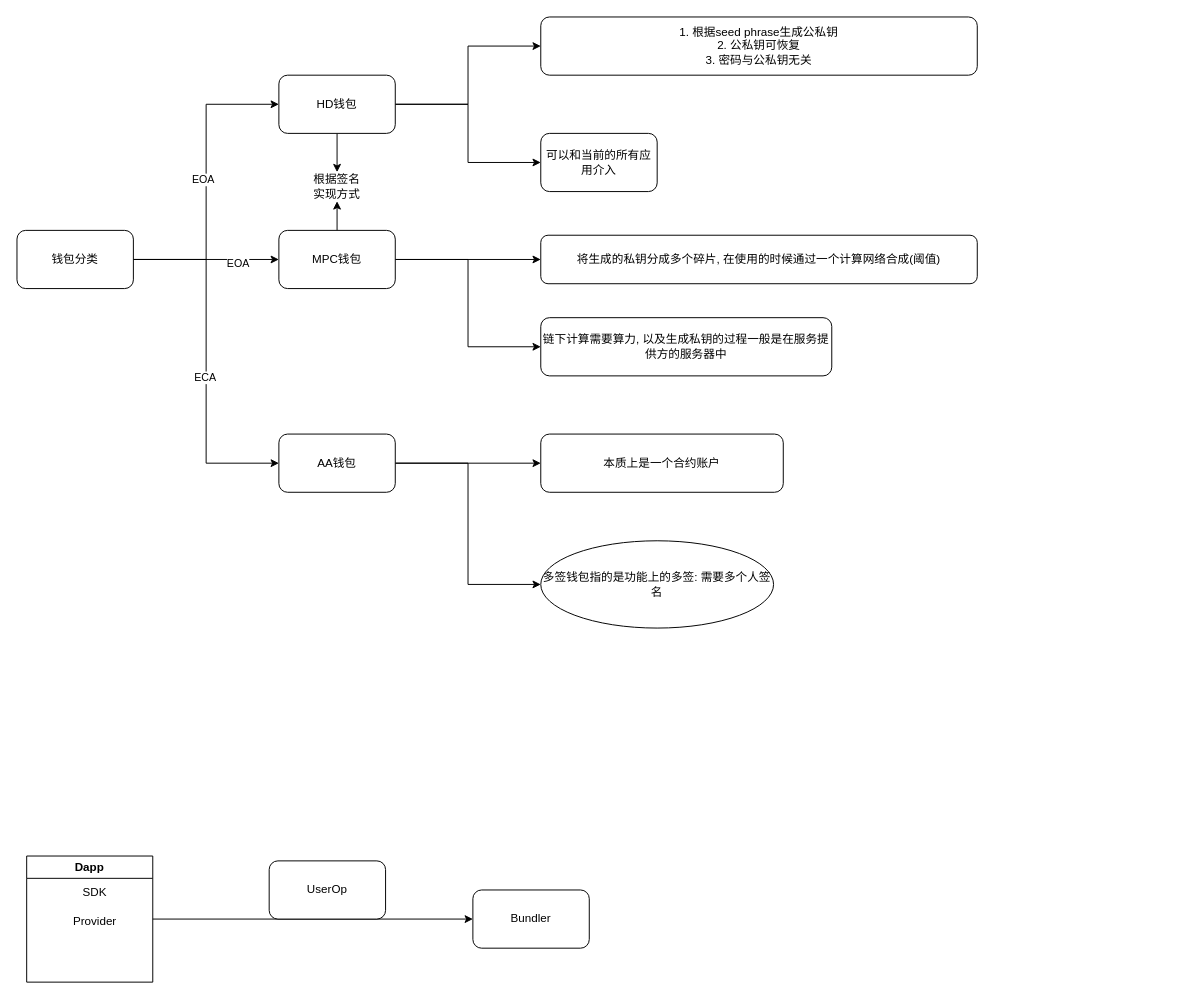
Before: templates/钱包.drawio in YuPccc/flask_demo, a draw.io diagram. Source tidied: cells renumbered, new cells numbered last; positions are measured from the earlier drawing's top-left corner, leaving out a move shared by most shapes. Both pictures are drawn from the tidied source at 97%, with x=0, y=0 at pixel (16, 16).
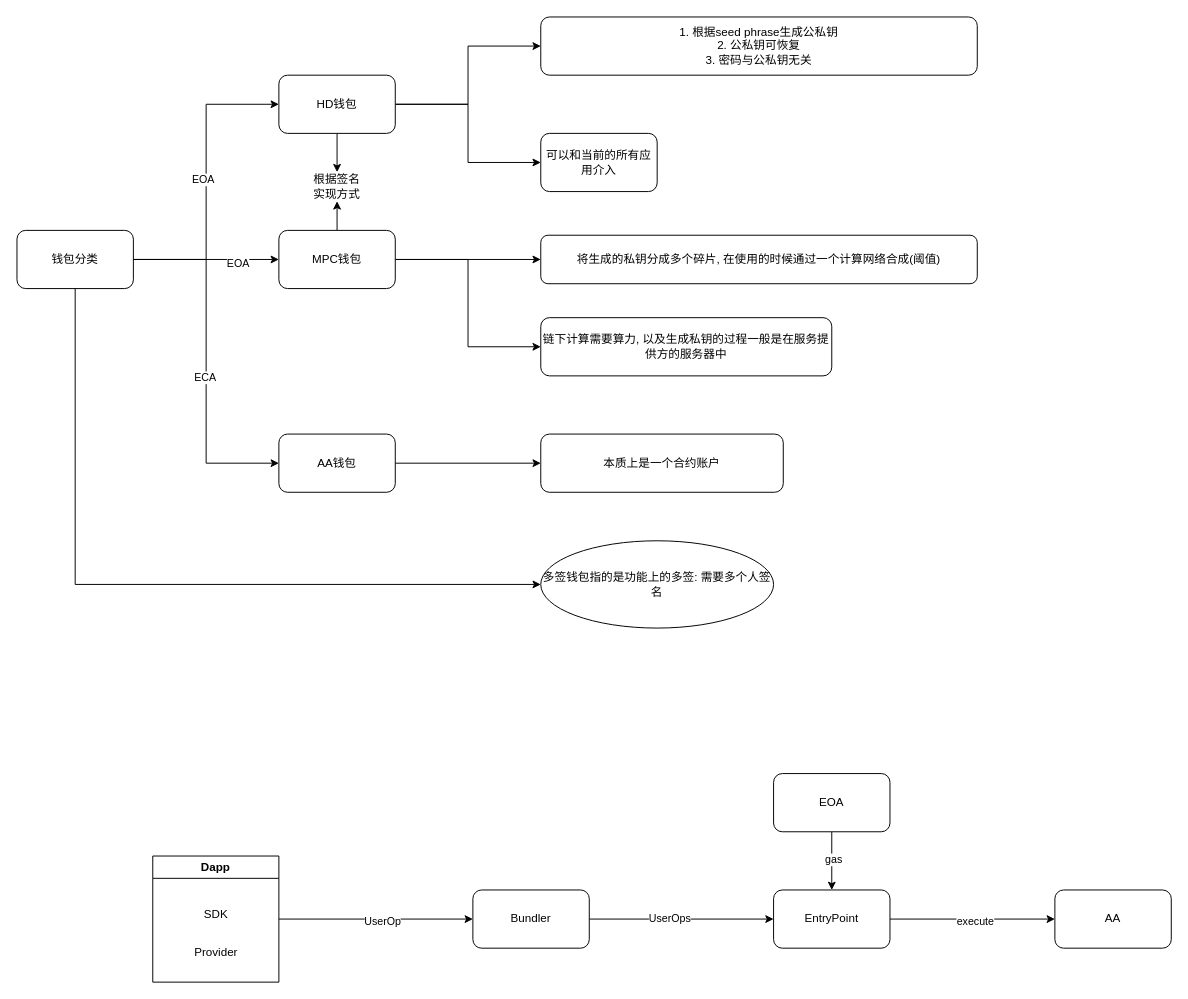
The same diagram, later.

Unchanged cells that the change refers to:
```xml
<mxCell id="8" value="钱包分类" style="rounded=1;whiteSpace=wrap;html=1;" parent="1" vertex="1">
  <mxGeometry y="220" width="120" height="60" as="geometry" />
</mxCell>
<mxCell id="19" value="AA钱包" style="rounded=1;whiteSpace=wrap;html=1;" parent="1" vertex="1">
  <mxGeometry x="270" y="430" width="120" height="60" as="geometry" />
</mxCell>
<mxCell id="25" value="多签钱包指的是功能上的多签: 需要多个人签名" style="ellipse;whiteSpace=wrap;html=1;" parent="1" vertex="1">
  <mxGeometry x="540" y="540" width="240" height="90" as="geometry" />
</mxCell>
<mxCell id="27" style="edgeStyle=orthogonalEdgeStyle;rounded=0;jettySize=auto;html=1;exitX=1;exitY=0.5;exitDx=0;exitDy=0;entryX=0;entryY=0.5;entryDx=0;entryDy=0;" parent="1" edge="1" source="30" target="28">
  <mxGeometry relative="1" as="geometry" />
</mxCell>
<mxCell id="28" value="Bundler" style="rounded=1;whiteSpace=wrap;html=1;" parent="1" vertex="1">
  <mxGeometry x="470" y="900" width="120" height="60" as="geometry" />
</mxCell>
```

The edit, as a diff of the source:
```diff
@@
-    <mxCell id="18" style="edgeStyle=orthogonalEdgeStyle;rounded=0;jettySize=auto;html=1;exitX=1;exitY=0.5;exitDx=0;exitDy=0;entryX=0;entryY=0.5;entryDx=0;entryDy=0;" parent="1" edge="1" source="19" target="25">
+    <mxCell id="18" style="edgeStyle=orthogonalEdgeStyle;rounded=0;jettySize=auto;html=1;exitX=0.5;exitY=1;exitDx=0;exitDy=0;entryX=0;entryY=0.5;entryDx=0;entryDy=0;" parent="1" edge="1" source="8" target="25">
       <mxGeometry relative="1" as="geometry" />
     </mxCell>
@@
+    <mxCell id="29" value="UserOp" style="edgeLabel;html=1;align=center;verticalAlign=middle;" parent="27" vertex="1">
+      <mxGeometry x="0.06" y="-2" relative="1" as="geometry" />
+    </mxCell>
+    <mxCell id="33" style="edgeStyle=orthogonalEdgeStyle;rounded=0;jettySize=auto;html=1;exitX=1;exitY=0.5;exitDx=0;exitDy=0;" parent="1" edge="1" source="28" target="37">
+      <mxGeometry relative="1" as="geometry" />
+    </mxCell>
+    <mxCell id="34" value="UserOps" style="edgeLabel;html=1;align=center;verticalAlign=middle;" parent="33" vertex="1">
+      <mxGeometry x="-0.14" y="1" relative="1" as="geometry" />
+    </mxCell>
@@
-    <mxCell id="29" value="UserOp" style="rounded=1;whiteSpace=wrap;html=1;" parent="1" vertex="1">
-      <mxGeometry x="260" y="870" width="120" height="60" as="geometry" />
-    </mxCell>
     <mxCell id="30" value="Dapp" style="swimlane;whiteSpace=wrap;html=1;startSize=23;" parent="1" vertex="1">
-      <mxGeometry x="10" y="865" width="130" height="130" as="geometry" />
+      <mxGeometry x="140" y="865" width="130" height="130" as="geometry" />
     </mxCell>
+    <mxCell id="32" value="Provider" style="text;html=1;align=center;verticalAlign=middle;strokeColor=none;fillColor=none;" parent="30" vertex="1">
+      <mxGeometry x="30" y="85" width="70" height="30" as="geometry" />
+    </mxCell>
-    <mxCell id="31" value="SDK" style="text;html=1;align=center;verticalAlign=middle;strokeColor=none;fillColor=none;" parent="1" vertex="1">
-      <mxGeometry x="55" y="888" width="50" height="30" as="geometry" />
+    <mxCell id="31" value="SDK" style="text;html=1;align=center;verticalAlign=middle;strokeColor=none;fillColor=none;" parent="30" vertex="1">
+      <mxGeometry x="40" y="45" width="50" height="30" as="geometry" />
     </mxCell>
-    <mxCell id="32" value="Provider" style="text;html=1;align=center;verticalAlign=middle;strokeColor=none;fillColor=none;" parent="1" vertex="1">
-      <mxGeometry x="45" y="918" width="70" height="30" as="geometry" />
-    </mxCell>
+    <mxCell id="35" style="edgeStyle=orthogonalEdgeStyle;rounded=0;jettySize=auto;html=1;exitX=1;exitY=0.5;exitDx=0;exitDy=0;entryX=0;entryY=0.5;entryDx=0;entryDy=0;" parent="1" edge="1" source="37" target="38">
+      <mxGeometry relative="1" as="geometry" />
+    </mxCell>
+    <mxCell id="36" value="execute" style="edgeLabel;html=1;align=center;verticalAlign=middle;" parent="35" vertex="1">
+      <mxGeometry x="0.03" y="-2" relative="1" as="geometry">
+        <mxPoint x="-1" as="offset" />
+      </mxGeometry>
+    </mxCell>
+    <mxCell id="37" value="EntryPoint" style="rounded=1;whiteSpace=wrap;html=1;" parent="1" vertex="1">
+      <mxGeometry x="780" y="900" width="120" height="60" as="geometry" />
+    </mxCell>
+    <mxCell id="38" value="AA" style="rounded=1;whiteSpace=wrap;html=1;" parent="1" vertex="1">
+      <mxGeometry x="1070" y="900" width="120" height="60" as="geometry" />
+    </mxCell>
+    <mxCell id="39" style="edgeStyle=orthogonalEdgeStyle;rounded=0;jettySize=auto;html=1;exitX=0.5;exitY=1;exitDx=0;exitDy=0;entryX=0.5;entryY=0;entryDx=0;entryDy=0;" parent="1" edge="1" source="41" target="37">
+      <mxGeometry relative="1" as="geometry" />
+    </mxCell>
+    <mxCell id="40" value="gas" style="edgeLabel;html=1;align=center;verticalAlign=middle;" parent="39" vertex="1">
+      <mxGeometry x="-0.06" y="1" relative="1" as="geometry" />
+    </mxCell>
+    <mxCell id="41" value="EOA" style="rounded=1;whiteSpace=wrap;html=1;" parent="1" vertex="1">
+      <mxGeometry x="780" y="780" width="120" height="60" as="geometry" />
+    </mxCell>
```
